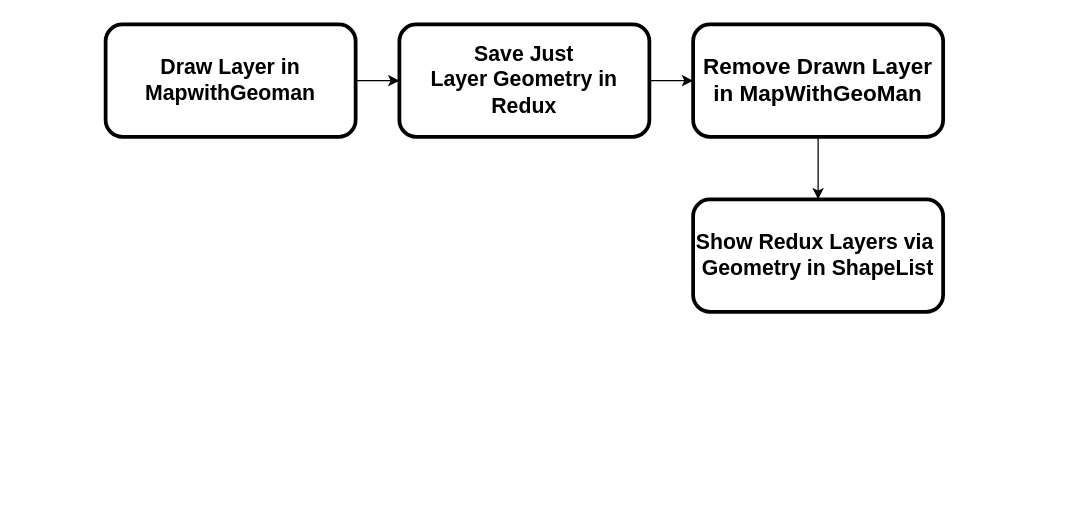
Above: Untitled Diagram.drawio in pooriaseto/leaflet-geoman-tools (draw.io), before the change. Source tidied: cells renumbered, new cells numbered last; positions are measured from the earlier drawing's top-left corner, leaving out a move shared by most shapes. Both pictures are drawn from the tidied source at 125%, with x=0, y=0 at pixel (105, 24).
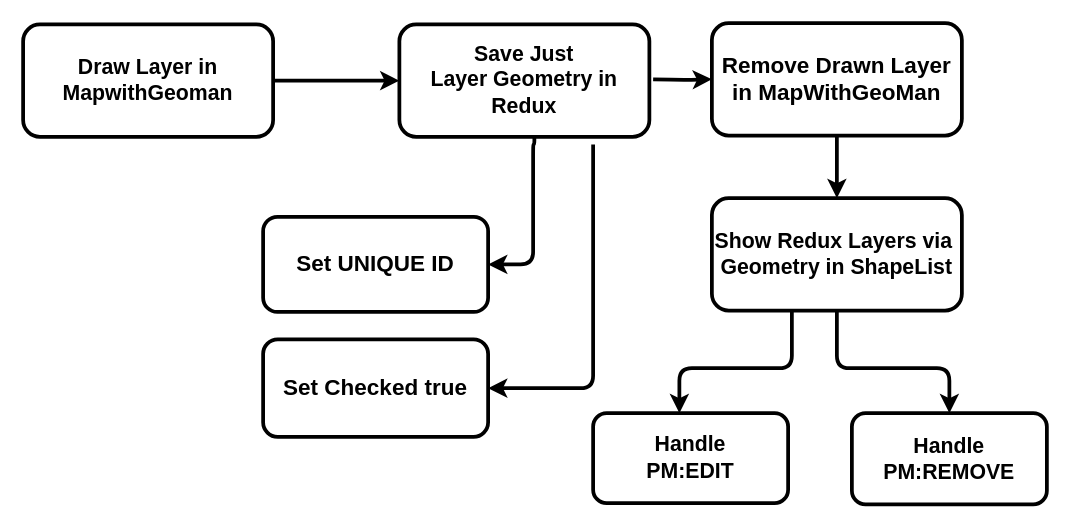
Above is the later version.

The change refers to these unchanged cells:
```xml
<mxCell id="5" value="Save Just &lt;br style=&quot;font-size: 17px;&quot;&gt;Layer Geometry in Redux" style="rounded=1;whiteSpace=wrap;html=1;strokeWidth=3;shadow=0;fontSize=17;fontStyle=1;" parent="1" vertex="1">
  <mxGeometry x="235" width="200" height="90" as="geometry" />
</mxCell>
```

Change to the diagram source:
```diff
@@
-    <mxCell id="2" style="edgeStyle=orthogonalEdgeStyle;curved=0;rounded=1;sketch=0;jettySize=auto;html=1;" parent="1" edge="1" source="3" target="6">
+    <mxCell id="2" style="edgeStyle=orthogonalEdgeStyle;curved=0;rounded=1;sketch=0;jettySize=auto;html=1;strokeWidth=3;" parent="1" edge="1" source="3" target="6">
       <mxGeometry relative="1" as="geometry" />
     </mxCell>
     <mxCell id="3" value="Remove Drawn Layer in MapWithGeoMan" style="rounded=1;whiteSpace=wrap;html=1;sketch=0;strokeWidth=3;fontSize=18;fontStyle=1;" parent="1" vertex="1">
-      <mxGeometry x="470" width="200" height="90" as="geometry" />
+      <mxGeometry x="485" y="-1" width="200" height="90" as="geometry" />
     </mxCell>
-    <mxCell id="4" style="edgeStyle=orthogonalEdgeStyle;curved=0;rounded=1;sketch=0;jettySize=auto;html=1;" parent="1" edge="1" source="5" target="3">
-      <mxGeometry relative="1" as="geometry" />
+    <mxCell id="4" style="edgeStyle=orthogonalEdgeStyle;curved=0;rounded=1;sketch=0;jettySize=auto;html=1;fontStyle=0;fontSize=14;spacing=3;strokeWidth=3;" parent="1" edge="1" target="3">
+      <mxGeometry relative="1" as="geometry">
+        <mxPoint x="438" y="44" as="sourcePoint" />
+      </mxGeometry>
     </mxCell>
@@
+    <mxCell id="9" style="edgeStyle=orthogonalEdgeStyle;curved=0;rounded=1;sketch=0;jettySize=auto;html=1;fontSize=18;strokeWidth=3;" parent="1" edge="1" source="6" target="13">
+      <mxGeometry relative="1" as="geometry">
+        <Array as="points">
+          <mxPoint x="585" y="275" />
+          <mxPoint x="675" y="275" />
+        </Array>
+      </mxGeometry>
+    </mxCell>
+    <mxCell id="10" style="edgeStyle=orthogonalEdgeStyle;curved=0;rounded=1;sketch=0;jettySize=auto;html=1;fontSize=18;strokeWidth=3;" parent="1" edge="1" source="6">
+      <mxGeometry relative="1" as="geometry">
+        <mxPoint x="459" y="311" as="targetPoint" />
+        <Array as="points">
+          <mxPoint x="549" y="275" />
+          <mxPoint x="459" y="275" />
+        </Array>
+      </mxGeometry>
+    </mxCell>
     <mxCell id="6" value="Show Redux Layers via&amp;nbsp;&lt;br style=&quot;font-size: 17px;&quot;&gt;Geometry in ShapeList" style="rounded=1;whiteSpace=wrap;html=1;strokeWidth=3;shadow=0;fontStyle=1;fontSize=17;" parent="1" vertex="1">
-      <mxGeometry x="470" y="140" width="200" height="90" as="geometry" />
+      <mxGeometry x="485" y="139" width="200" height="90" as="geometry" />
     </mxCell>
-    <mxCell id="7" style="edgeStyle=orthogonalEdgeStyle;curved=0;rounded=1;sketch=0;jettySize=auto;html=1;" parent="1" edge="1" source="8" target="5">
+    <mxCell id="7" style="edgeStyle=orthogonalEdgeStyle;curved=0;rounded=1;sketch=0;jettySize=auto;html=1;fontSize=14;strokeWidth=3;" parent="1" edge="1" source="8" target="5">
       <mxGeometry relative="1" as="geometry" />
     </mxCell>
     <mxCell id="8" value="Draw Layer in MapwithGeoman" style="rounded=1;whiteSpace=wrap;html=1;strokeWidth=3;shadow=0;fontSize=17;fontStyle=1;" parent="1" vertex="1">
-      <mxGeometry width="200" height="90" as="geometry" />
+      <mxGeometry x="-66" width="200" height="90" as="geometry" />
     </mxCell>
+    <mxCell id="11" style="edgeStyle=orthogonalEdgeStyle;curved=0;rounded=1;sketch=0;jettySize=auto;html=1;fontSize=17;strokeWidth=3;exitX=0.54;exitY=1;exitDx=0;exitDy=0;exitPerimeter=0;" parent="1" edge="1" source="5" target="12">
+      <mxGeometry relative="1" as="geometry">
+        <Array as="points">
+          <mxPoint x="343" y="96" />
+          <mxPoint x="342" y="96" />
+          <mxPoint x="342" y="192" />
+        </Array>
+      </mxGeometry>
+    </mxCell>
+    <mxCell id="12" value="Set UNIQUE ID" style="rounded=1;whiteSpace=wrap;html=1;sketch=0;fontSize=18;fontStyle=1;strokeWidth=3;" parent="1" vertex="1">
+      <mxGeometry x="126" y="154" width="180" height="76" as="geometry" />
+    </mxCell>
+    <mxCell id="13" value="Handle&lt;br&gt;PM:REMOVE" style="whiteSpace=wrap;html=1;rounded=1;shadow=0;fontSize=17;fontStyle=1;strokeWidth=3;" parent="1" vertex="1">
+      <mxGeometry x="597" y="311" width="156" height="73" as="geometry" />
+    </mxCell>
+    <mxCell id="14" value="Handle&lt;br&gt;PM:EDIT" style="whiteSpace=wrap;html=1;rounded=1;shadow=0;fontSize=17;fontStyle=1;strokeWidth=3;" parent="1" vertex="1">
+      <mxGeometry x="390" y="311" width="156" height="72" as="geometry" />
+    </mxCell>
+    <mxCell id="15" style="edgeStyle=orthogonalEdgeStyle;curved=0;rounded=1;sketch=0;jettySize=auto;html=1;fontSize=18;strokeWidth=3;" parent="1" edge="1" target="16">
+      <mxGeometry relative="1" as="geometry">
+        <mxPoint x="390" y="96" as="sourcePoint" />
+        <Array as="points">
+          <mxPoint x="390" y="291" />
+        </Array>
+      </mxGeometry>
+    </mxCell>
+    <mxCell id="16" value="Set Checked true" style="rounded=1;whiteSpace=wrap;html=1;sketch=0;fontSize=18;strokeWidth=3;fontStyle=1;" parent="1" vertex="1">
+      <mxGeometry x="126" y="252" width="180" height="78" as="geometry" />
+    </mxCell>
```
